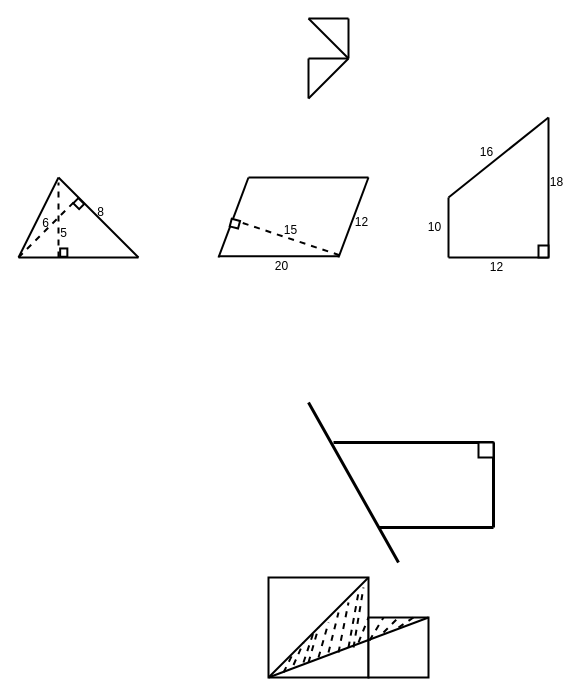
Before: Untitled Diagram.drawio in UTOUUCENTER-CD/Adv-Mathematics, a draw.io diagram. Source tidied: cells renumbered, new cells numbered last; positions are measured from the earlier drawing's top-left corner, leaving out a move shared by most shapes. Both pictures are drawn from the tidied source at 100%, with x=0, y=0 at pixel (18, 18).
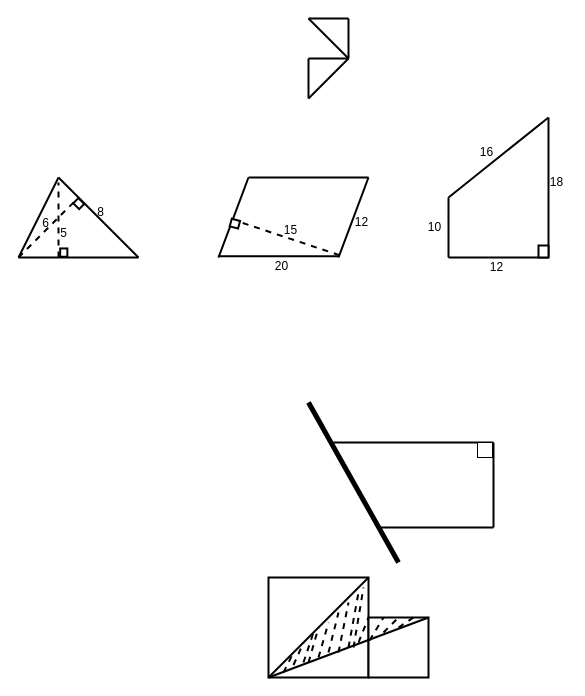
The same diagram, later.

Change to the diagram source:
```diff
@@
-    <mxCell id="8" style="endArrow=none;html=1;rounded=0;strokeColor=#000000;strokeWidth=3;" parent="1" edge="1">
+    <mxCell id="8" style="endArrow=none;html=1;rounded=0;strokeColor=#000000;strokeWidth=5;" parent="1" edge="1">
       <mxGeometry relative="1" as="geometry">
         <mxPoint x="380" y="544" as="sourcePoint" />
         <mxPoint x="290" y="384" as="targetPoint" />
       </mxGeometry>
     </mxCell>
-    <mxCell id="9" style="endArrow=none;html=1;rounded=0;strokeColor=#000000;strokeWidth=3;" parent="1" edge="1">
+    <mxCell id="9" style="endArrow=none;html=1;rounded=0;strokeColor=#000000;strokeWidth=2;" parent="1" edge="1">
       <mxGeometry relative="1" as="geometry">
         <mxPoint x="315" y="424" as="sourcePoint" />
         <mxPoint x="475" y="424" as="targetPoint" />
       </mxGeometry>
     </mxCell>
-    <mxCell id="10" style="endArrow=none;html=1;rounded=0;strokeColor=#000000;strokeWidth=3;" parent="1" edge="1">
+    <mxCell id="10" style="endArrow=none;html=1;rounded=0;strokeColor=#000000;strokeWidth=2;" parent="1" edge="1">
       <mxGeometry relative="1" as="geometry">
         <mxPoint x="475" y="509" as="sourcePoint" />
         <mxPoint x="475" y="424" as="targetPoint" />
       </mxGeometry>
     </mxCell>
-    <mxCell id="11" style="endArrow=none;html=1;rounded=0;strokeColor=#000000;strokeWidth=3;" parent="1" edge="1">
+    <mxCell id="11" style="endArrow=none;html=1;rounded=0;strokeColor=#000000;strokeWidth=2;" parent="1" edge="1">
       <mxGeometry relative="1" as="geometry">
         <mxPoint x="360" y="509" as="sourcePoint" />
         <mxPoint x="475" y="509" as="targetPoint" />
       </mxGeometry>
     </mxCell>
-    <mxCell id="12" style="rounded=0;whiteSpace=wrap;html=1;strokeWidth=2;" parent="1" vertex="1">
-      <mxGeometry x="460" y="424" width="15" height="15" as="geometry" />
+    <mxCell id="12" style="rounded=0;whiteSpace=wrap;html=1;strokeWidth=1;" parent="1" vertex="1">
+      <mxGeometry x="459" y="424" width="15" height="15" as="geometry" />
     </mxCell>
```
